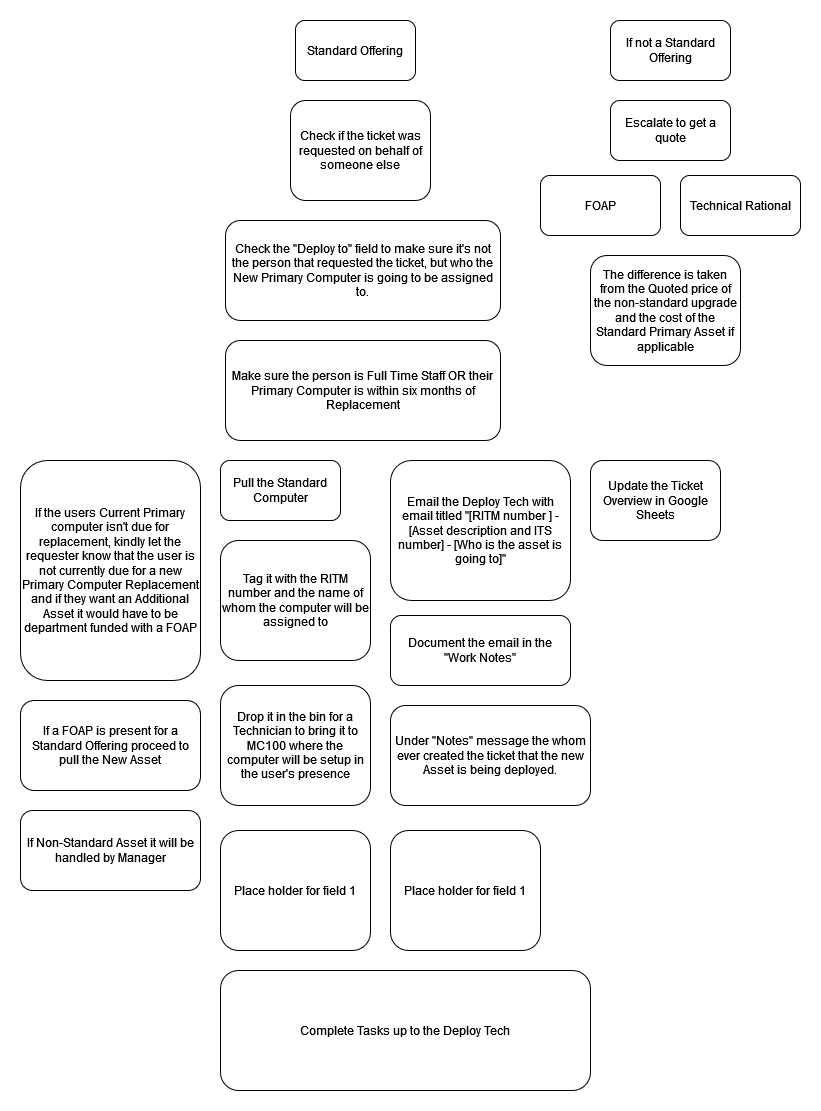
Before: Untitled Diagram.drawio.png, a diagram exported from draw.io (KevinWongCS/USFUSF). Source tidied: cells renumbered, new cells last; positions are measured from the earlier drawing's top-left corner, leaving out a move shared by most shapes.
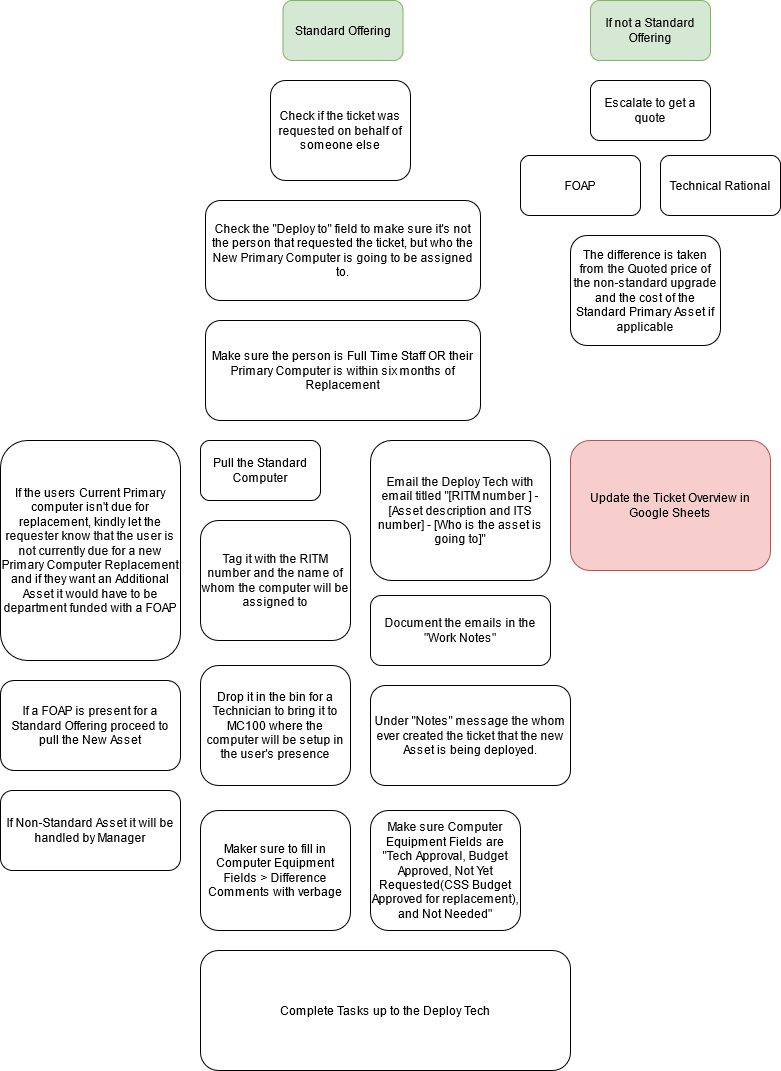
The same diagram one commit later.

Change to the diagram source:
```diff
@@ -2,8 +2,8 @@
   <root>
     <mxCell id="0" />
     <mxCell id="1" parent="0" />
-    <mxCell id="2" value="Standard Offering" style="rounded=1;whiteSpace=wrap;html=1;" parent="1" vertex="1">
-      <mxGeometry x="275" width="120" height="60" as="geometry" />
+    <mxCell id="2" value="Standard Offering" style="rounded=1;whiteSpace=wrap;html=1;fillColor=#d5e8d4;strokeColor=#82b366;" parent="1" vertex="1">
+      <mxGeometry x="282.5" width="120" height="60" as="geometry" />
     </mxCell>
     <mxCell id="3" value="Check if the ticket was requested on behalf of someone else" style="rounded=1;whiteSpace=wrap;html=1;" parent="1" vertex="1">
       <mxGeometry x="270" y="80" width="140" height="100" as="geometry" />
@@ -17,8 +17,8 @@
     <mxCell id="6" value="Tag it with the RITM number and the name of whom the computer will be assigned to" style="rounded=1;whiteSpace=wrap;html=1;" parent="1" vertex="1">
       <mxGeometry x="200" y="520" width="150" height="120" as="geometry" />
     </mxCell>
-    <mxCell id="7" value="Update the Ticket Overview in Google Sheets " style="rounded=1;whiteSpace=wrap;html=1;" parent="1" vertex="1">
-      <mxGeometry x="570" y="440" width="130" height="80" as="geometry" />
+    <mxCell id="7" value="Update the Ticket Overview in Google Sheets " style="rounded=1;whiteSpace=wrap;html=1;fillColor=#f8cecc;strokeColor=#b85450;" parent="1" vertex="1">
+      <mxGeometry x="570" y="440" width="200" height="130" as="geometry" />
     </mxCell>
     <mxCell id="8" value="Make sure the person is Full Time Staff OR their Primary Computer is within six months of Replacement " style="rounded=1;whiteSpace=wrap;html=1;" parent="1" vertex="1">
       <mxGeometry x="205" y="320" width="275" height="100" as="geometry" />
@@ -32,7 +32,7 @@
     <mxCell id="11" value="Email the Deploy Tech with email titled &quot;[RITM number ] - [Asset description and ITS number] - [Who is the asset is going to]&quot;" style="rounded=1;whiteSpace=wrap;html=1;" parent="1" vertex="1">
       <mxGeometry x="370" y="440" width="180" height="140" as="geometry" />
     </mxCell>
-    <mxCell id="12" value="Document the email in the &quot;Work Notes&quot; " style="rounded=1;whiteSpace=wrap;html=1;" parent="1" vertex="1">
+    <mxCell id="12" value="Document the emails in the &quot;Work Notes&quot; " style="rounded=1;whiteSpace=wrap;html=1;" parent="1" vertex="1">
       <mxGeometry x="370" y="595" width="180" height="70" as="geometry" />
     </mxCell>
     <mxCell id="13" value="Escalate to get a quote" style="rounded=1;whiteSpace=wrap;html=1;" parent="1" vertex="1">
@@ -47,7 +47,7 @@
     <mxCell id="16" value="The difference is taken from the Quoted price of the non-standard upgrade and the cost of the Standard Primary Asset if applicable" style="rounded=1;whiteSpace=wrap;html=1;" parent="1" vertex="1">
       <mxGeometry x="570" y="235" width="150" height="110" as="geometry" />
     </mxCell>
-    <mxCell id="17" value="If not a Standard Offering " style="rounded=1;whiteSpace=wrap;html=1;" parent="1" vertex="1">
+    <mxCell id="17" value="If not a Standard Offering " style="rounded=1;whiteSpace=wrap;html=1;fillColor=#d5e8d4;strokeColor=#82b366;" parent="1" vertex="1">
       <mxGeometry x="590" width="120" height="60" as="geometry" />
     </mxCell>
     <mxCell id="18" value="Under &quot;Notes&quot; message the whom ever created the ticket that the new Asset is being deployed." style="rounded=1;whiteSpace=wrap;html=1;" parent="1" vertex="1">
@@ -62,10 +62,10 @@
     <mxCell id="21" value="Complete Tasks up to the Deploy Tech" style="rounded=1;whiteSpace=wrap;html=1;" parent="1" vertex="1">
       <mxGeometry x="200" y="950" width="370" height="120" as="geometry" />
     </mxCell>
-    <mxCell id="22" value="Place holder for field 1" style="rounded=1;whiteSpace=wrap;html=1;" parent="1" vertex="1">
+    <mxCell id="22" value="Maker sure to fill in Computer Equipment Fields &amp;gt; Difference Comments with verbage" style="rounded=1;whiteSpace=wrap;html=1;" parent="1" vertex="1">
       <mxGeometry x="200" y="810" width="150" height="120" as="geometry" />
     </mxCell>
-    <mxCell id="23" value="Place holder for field 1" style="rounded=1;whiteSpace=wrap;html=1;" parent="1" vertex="1">
+    <mxCell id="23" value="Make sure Computer Equipment Fields are &quot;Tech Approval, Budget Approved, Not Yet Requested(CSS Budget Approved for replacement), and Not Needed&quot;" style="rounded=1;whiteSpace=wrap;html=1;" parent="1" vertex="1">
       <mxGeometry x="370" y="810" width="150" height="120" as="geometry" />
     </mxCell>
   </root>
```
